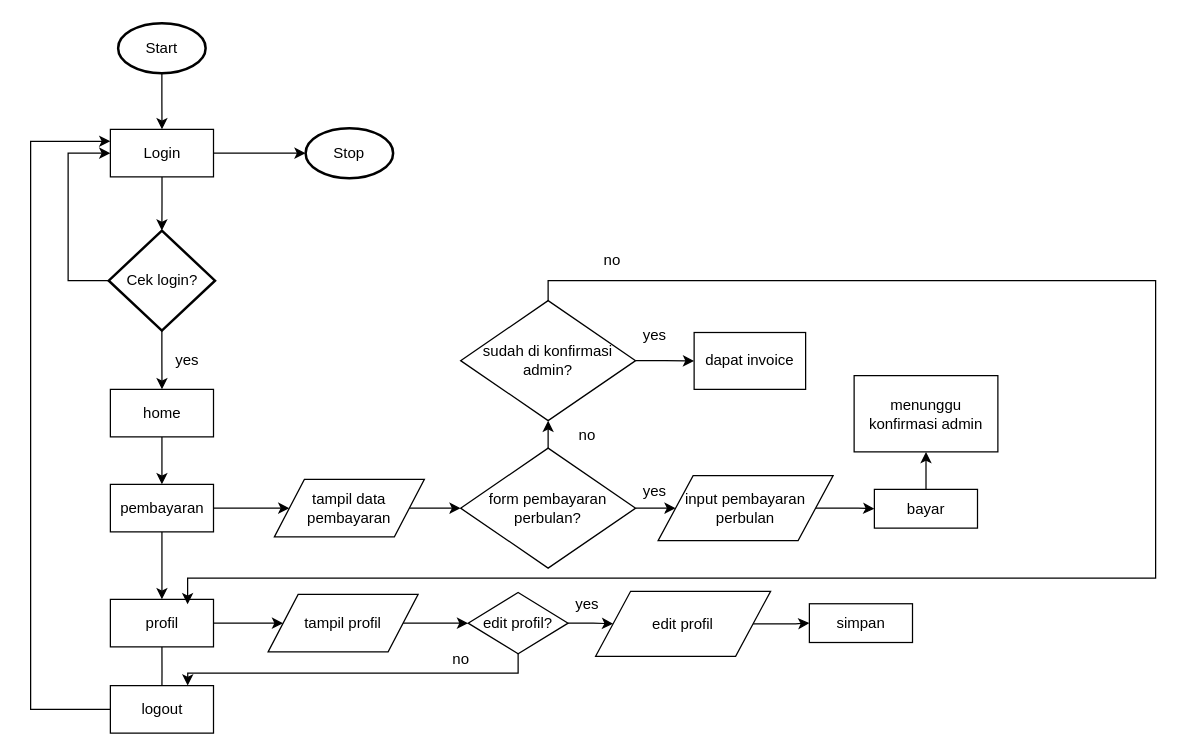
DesiAmaliani/Pengelolaan_keuangan_TA keeps this draw.io diagram as laporan/flowchart user.drawio. Above is the earlier version. Source tidied: cells renumbered, new cells numbered last; positions are measured from the earlier drawing's top-left corner, leaving out a move shared by most shapes. Both pictures are drawn from the tidied source at 125%, with x=0, y=0 at pixel (30, 22).
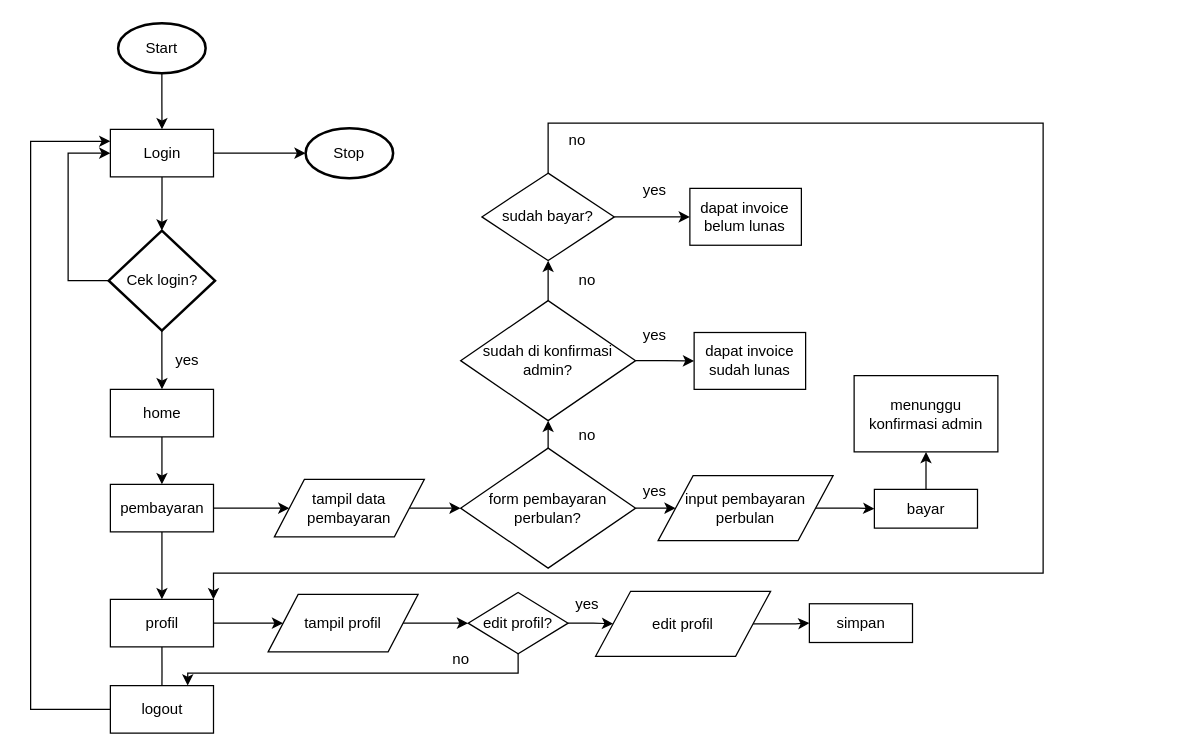
The same page after the edit.

Unchanged cells that the change refers to:
```xml
<mxCell id="18" value="profil" style="rounded=0;whiteSpace=wrap;html=1;" parent="1" vertex="1">
  <mxGeometry x="63.8" y="461" width="82.5" height="38" as="geometry" />
</mxCell>
<mxCell id="44" value="sudah di konfirmasi admin?" style="rhombus;whiteSpace=wrap;html=1;" parent="1" vertex="1">
  <mxGeometry x="344" y="222" width="140" height="96" as="geometry" />
</mxCell>
```

Diff of the diagram source:
```diff
@@
-    <mxCell id="43" style="edgeStyle=orthogonalEdgeStyle;rounded=0;orthogonalLoop=1;jettySize=auto;html=1;exitX=0.5;exitY=0;exitDx=0;exitDy=0;entryX=0.75;entryY=0;entryDx=0;entryDy=0;" parent="1" edge="1">
-      <mxGeometry relative="1" as="geometry">
-        <mxPoint x="414" y="226" as="sourcePoint" />
-        <mxPoint x="125.6" y="465" as="targetPoint" />
-        <Array as="points">
-          <mxPoint x="414" y="206" />
-          <mxPoint x="900" y="206" />
-          <mxPoint x="900" y="444" />
-          <mxPoint x="126" y="444" />
-        </Array>
-      </mxGeometry>
-    </mxCell>
+    <mxCell id="50" style="edgeStyle=orthogonalEdgeStyle;rounded=0;jettySize=auto;html=1;" parent="1" edge="1" source="44" target="53">
+      <mxGeometry relative="1" as="geometry" />
+    </mxCell>
@@
-    <mxCell id="45" value="dapat invoice" style="rounded=0;whiteSpace=wrap;html=1;" parent="1" vertex="1">
+    <mxCell id="45" value="dapat invoice sudah lunas" style="rounded=0;whiteSpace=wrap;html=1;" parent="1" vertex="1">
       <mxGeometry x="530.8" y="247.5" width="89.2" height="45.5" as="geometry" />
     </mxCell>
@@
     <mxCell id="48" value="no" style="text;html=1;align=center;verticalAlign=middle;" parent="1" vertex="1">
-      <mxGeometry x="450" y="180" width="30" height="20" as="geometry" />
+      <mxGeometry x="430" y="196" width="30" height="20" as="geometry" />
     </mxCell>
@@
+    <mxCell id="51" style="edgeStyle=orthogonalEdgeStyle;rounded=0;jettySize=auto;html=1;" parent="1" edge="1" source="53" target="54">
+      <mxGeometry relative="1" as="geometry" />
+    </mxCell>
+    <mxCell id="52" style="edgeStyle=orthogonalEdgeStyle;rounded=0;jettySize=auto;html=1;entryX=1;entryY=0;entryDx=0;entryDy=0;exitX=0.5;exitY=0;exitDx=0;exitDy=0;" parent="1" edge="1" source="53" target="18">
+      <mxGeometry relative="1" as="geometry">
+        <Array as="points">
+          <mxPoint x="414" y="80" />
+          <mxPoint x="810" y="80" />
+          <mxPoint x="810" y="440" />
+          <mxPoint x="146" y="440" />
+        </Array>
+      </mxGeometry>
+    </mxCell>
+    <mxCell id="53" value="sudah bayar?" style="rhombus;whiteSpace=wrap;html=1;" parent="1" vertex="1">
+      <mxGeometry x="361" y="120" width="106" height="70" as="geometry" />
+    </mxCell>
+    <mxCell id="54" value="dapat invoice belum lunas" style="rounded=0;whiteSpace=wrap;html=1;" parent="1" vertex="1">
+      <mxGeometry x="527.4" y="132.2" width="89.2" height="45.5" as="geometry" />
+    </mxCell>
+    <mxCell id="55" value="no" style="text;html=1;align=center;verticalAlign=middle;" parent="1" vertex="1">
+      <mxGeometry x="422" y="84" width="30" height="20" as="geometry" />
+    </mxCell>
+    <mxCell id="56" value="yes" style="text;html=1;align=center;verticalAlign=middle;" parent="1" vertex="1">
+      <mxGeometry x="484" y="124" width="30" height="20" as="geometry" />
+    </mxCell>
```
